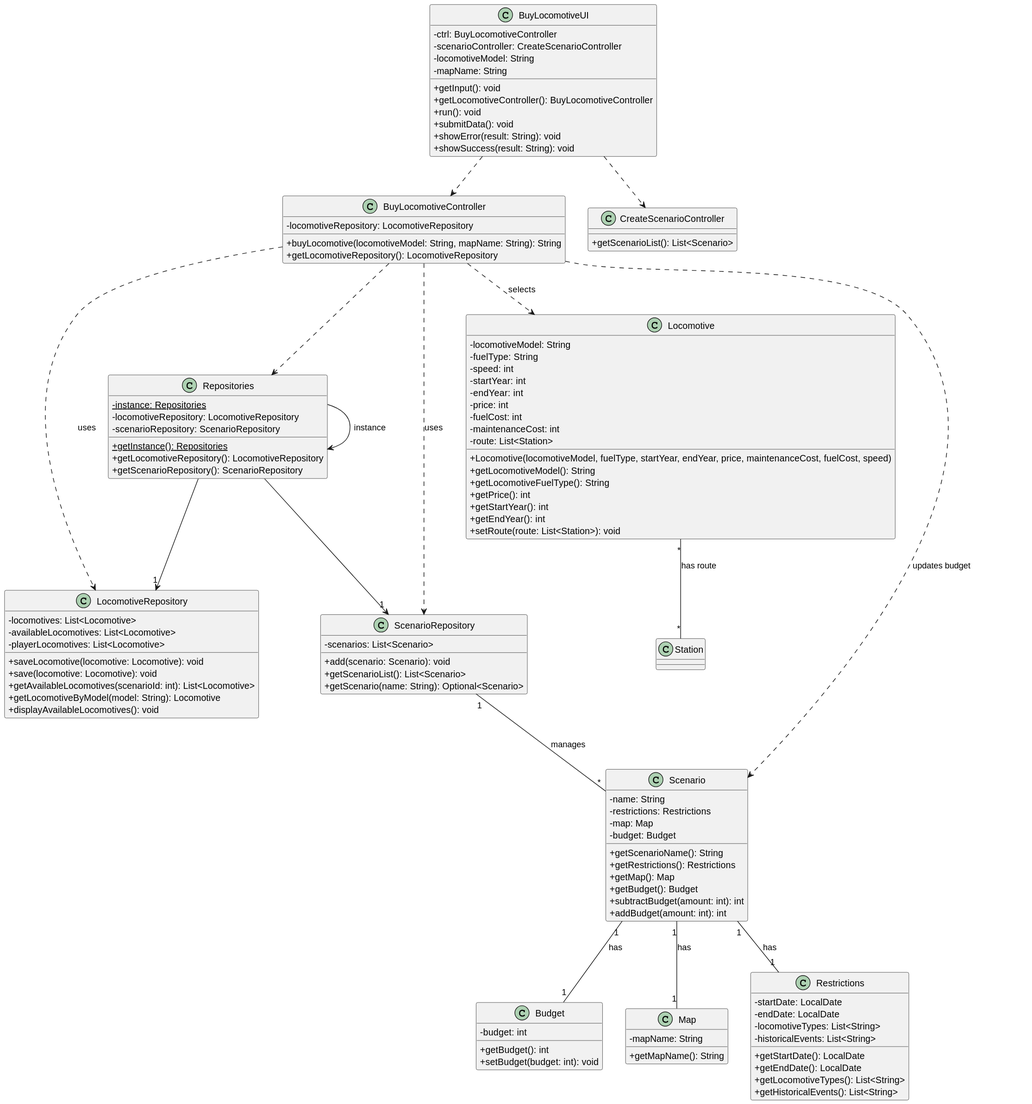
Earlier version of the PlantUML export docs/sprint3/us009/03.design/svg/us009-class-diagram.svg (ivasduarte/all-aboard). Its diagram source:
```plantuml
@startuml
skinparam classAttributeIconSize 0

class Locomotive {
    -locomotiveModel: String
    -fuelType: String
    -speed: int
    -startYear: int
    -endYear: int
    -price: int
    -fuelCost: int
    -maintenanceCost: int
    -route: List<Station>
    +Locomotive(locomotiveModel, fuelType, startYear, endYear, price, maintenanceCost, fuelCost, speed)
    +getLocomotiveModel(): String
    +getLocomotiveFuelType(): String
    +getPrice(): int
    +getStartYear(): int
    +getEndYear(): int
    +setRoute(route: List<Station>): void
}

class Station {
}

class LocomotiveRepository {
    -locomotives: List<Locomotive>
    -availableLocomotives: List<Locomotive>
    -playerLocomotives: List<Locomotive>
    +saveLocomotive(locomotive: Locomotive): void
    +save(locomotive: Locomotive): void
    +getAvailableLocomotives(scenarioId: int): List<Locomotive>
    +getLocomotiveByModel(model: String): Locomotive
    +displayAvailableLocomotives(): void
}

class Repositories {
    -instance: Repositories{static}
    -locomotiveRepository: LocomotiveRepository
    -scenarioRepository: ScenarioRepository
    +getInstance(): Repositories{static}
    +getLocomotiveRepository(): LocomotiveRepository
    +getScenarioRepository(): ScenarioRepository
}

class Scenario {
    -name: String
    -restrictions: Restrictions
    -map: Map
    -budget: Budget
    +getScenarioName(): String
    +getRestrictions(): Restrictions
    +getMap(): Map
    +getBudget(): Budget
    +subtractBudget(amount: int): int
    +addBudget(amount: int): int
}

class Budget {
    -budget: int
    +getBudget(): int
    +setBudget(budget: int): void
}

class Map {
    -mapName: String
    +getMapName(): String
}

class Restrictions {
    -startDate: LocalDate
    -endDate: LocalDate
    -locomotiveTypes: List<String>
    -historicalEvents: List<String>
    +getStartDate(): LocalDate
    +getEndDate(): LocalDate
    +getLocomotiveTypes(): List<String>
    +getHistoricalEvents(): List<String>
}

class ScenarioRepository {
    -scenarios: List<Scenario>
    +add(scenario: Scenario): void
    +getScenarioList(): List<Scenario>
    +getScenario(name: String): Optional<Scenario>
}

class BuyLocomotiveController {
    -locomotiveRepository: LocomotiveRepository
    +buyLocomotive(locomotiveModel: String, mapName: String): String
    +getLocomotiveRepository(): LocomotiveRepository
}

class BuyLocomotiveUI {
    -ctrl: BuyLocomotiveController
    -scenarioController: CreateScenarioController
    -locomotiveModel: String
    -mapName: String
    +getInput(): void
    +getLocomotiveController(): BuyLocomotiveController
    +run(): void
    +submitData(): void
    +showError(result: String): void
    +showSuccess(result: String): void
}

class CreateScenarioController {
    +getScenarioList(): List<Scenario>
}

Repositories -> Repositories : instance

BuyLocomotiveUI ..> BuyLocomotiveController
BuyLocomotiveUI ..> CreateScenarioController
BuyLocomotiveController ..> Repositories
BuyLocomotiveController ..> LocomotiveRepository : uses
BuyLocomotiveController ..> ScenarioRepository : uses
BuyLocomotiveController ..> Locomotive : selects
BuyLocomotiveController ..> Scenario : updates budget

Locomotive "*" -- "*" Station : has route

Repositories --> "1" LocomotiveRepository
Repositories --> "1" ScenarioRepository

Scenario "1" -- "1" Restrictions : has
Scenario "1" -- "1" Budget : has
Scenario "1" -- "1" Map : has
ScenarioRepository "1" -- "*" Scenario : manages
@enduml
```
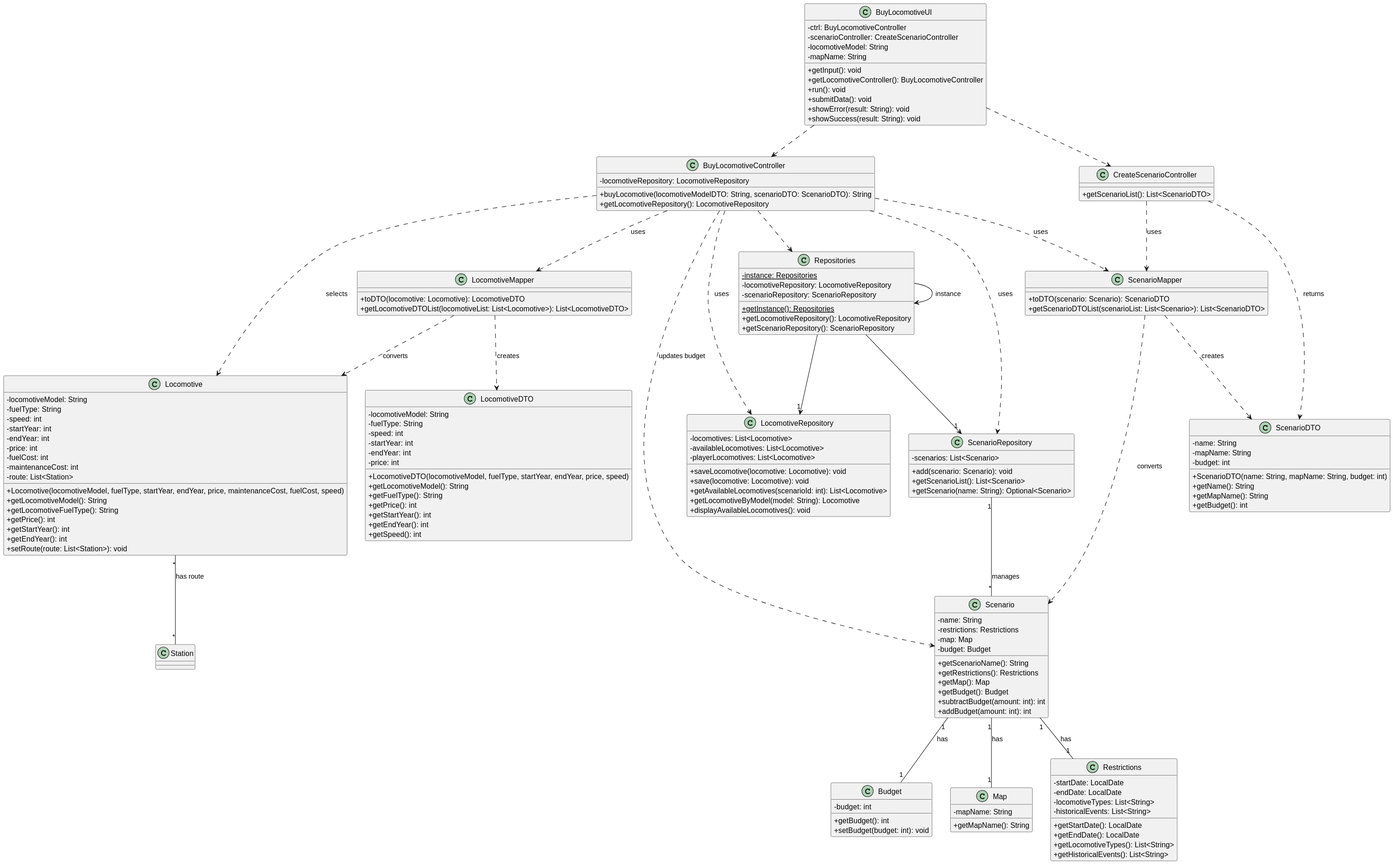
The same file after the commit.

Commit message:
US009(docs): added dto and mapper classes to class diagram

The edit, as a diff of the source:
```diff
@@ -87,7 +87,7 @@
 
 class BuyLocomotiveController {
     -locomotiveRepository: LocomotiveRepository
-    +buyLocomotive(locomotiveModel: String, mapName: String): String
+    +buyLocomotive(locomotiveModelDTO: String, scenarioDTO: ScenarioDTO): String
     +getLocomotiveRepository(): LocomotiveRepository
 }
 
@@ -105,7 +105,43 @@
 }
 
 class CreateScenarioController {
-    +getScenarioList(): List<Scenario>
+    +getScenarioList(): List<ScenarioDTO>
+}
+
+class ScenarioMapper {
+    +toDTO(scenario: Scenario): ScenarioDTO
+    +getScenarioDTOList(scenarioList: List<Scenario>): List<ScenarioDTO>
+}
+
+class ScenarioDTO {
+    -name: String
+    -mapName: String
+    -budget: int
+    +ScenarioDTO(name: String, mapName: String, budget: int)
+    +getName(): String
+    +getMapName(): String
+    +getBudget(): int
+}
+
+class LocomotiveMapper {
+    +toDTO(locomotive: Locomotive): LocomotiveDTO
+    +getLocomotiveDTOList(locomotiveList: List<Locomotive>): List<LocomotiveDTO>
+}
+
+class LocomotiveDTO {
+    -locomotiveModel: String
+    -fuelType: String
+    -speed: int
+    -startYear: int
+    -endYear: int
+    -price: int
+    +LocomotiveDTO(locomotiveModel, fuelType, startYear, endYear, price, speed)
+    +getLocomotiveModel(): String
+    +getFuelType(): String
+    +getPrice(): int
+    +getStartYear(): int
+    +getEndYear(): int
+    +getSpeed(): int
 }
 
 Repositories -> Repositories : instance
@@ -117,6 +153,11 @@
 BuyLocomotiveController ..> ScenarioRepository : uses
 BuyLocomotiveController ..> Locomotive : selects
 BuyLocomotiveController ..> Scenario : updates budget
+BuyLocomotiveController ..> LocomotiveMapper : uses
+BuyLocomotiveController ..> ScenarioMapper : uses
+
+CreateScenarioController ..> ScenarioMapper : uses
+CreateScenarioController ..> ScenarioDTO : returns
 
 Locomotive "*" -- "*" Station : has route
 
@@ -127,4 +168,9 @@
 Scenario "1" -- "1" Budget : has
 Scenario "1" -- "1" Map : has
 ScenarioRepository "1" -- "*" Scenario : manages
+
+ScenarioMapper ..> Scenario : converts
+ScenarioMapper ..> ScenarioDTO : creates
+LocomotiveMapper ..> Locomotive : converts
+LocomotiveMapper ..> LocomotiveDTO : creates
 @enduml
```
